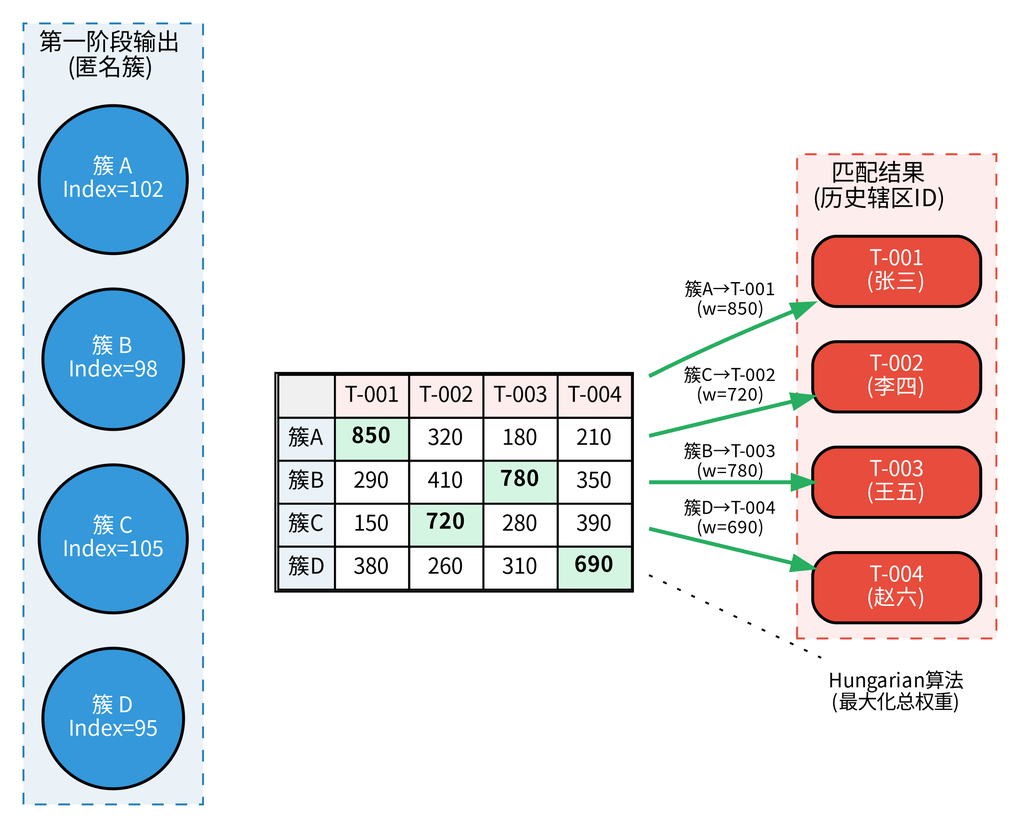
vickenkira36/SJTU_MBA_SFE keeps this Graphviz diagram as docs/figures/fig4-4.png. Above is the earlier version. Its source is kept beside it as docs/figures/fig4-4.dot.
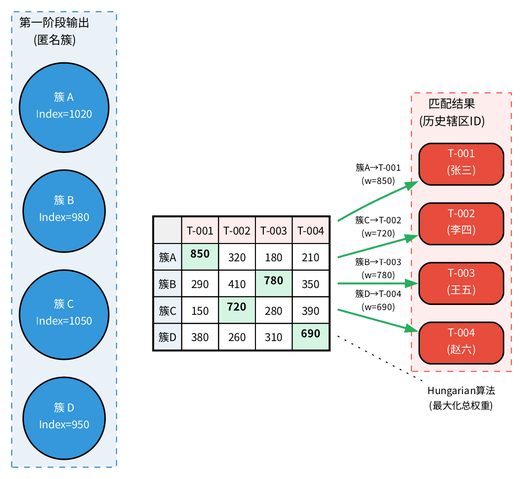
After the change.

What changed in the source:
```diff
@@ -13,10 +13,10 @@
         color="#2980b9";
         bgcolor="#eaf2f8";
 
-        c1 [label="簇 A\nIndex=102", shape=circle, style=filled, fillcolor="#3498db", fontcolor=white, width=1.0];
-        c2 [label="簇 B\nIndex=98", shape=circle, style=filled, fillcolor="#3498db", fontcolor=white, width=1.0];
-        c3 [label="簇 C\nIndex=105", shape=circle, style=filled, fillcolor="#3498db", fontcolor=white, width=1.0];
-        c4 [label="簇 D\nIndex=95", shape=circle, style=filled, fillcolor="#3498db", fontcolor=white, width=1.0];
+        c1 [label="簇 A\nIndex=1020", shape=circle, style=filled, fillcolor="#3498db", fontcolor=white, width=1.0];
+        c2 [label="簇 B\nIndex=980", shape=circle, style=filled, fillcolor="#3498db", fontcolor=white, width=1.0];
+        c3 [label="簇 C\nIndex=1050", shape=circle, style=filled, fillcolor="#3498db", fontcolor=white, width=1.0];
+        c4 [label="簇 D\nIndex=950", shape=circle, style=filled, fillcolor="#3498db", fontcolor=white, width=1.0];
     }
 
     wmatrix [label=<<TABLE BORDER="1" CELLBORDER="1" CELLSPACING="0" CELLPADDING="4">
```
